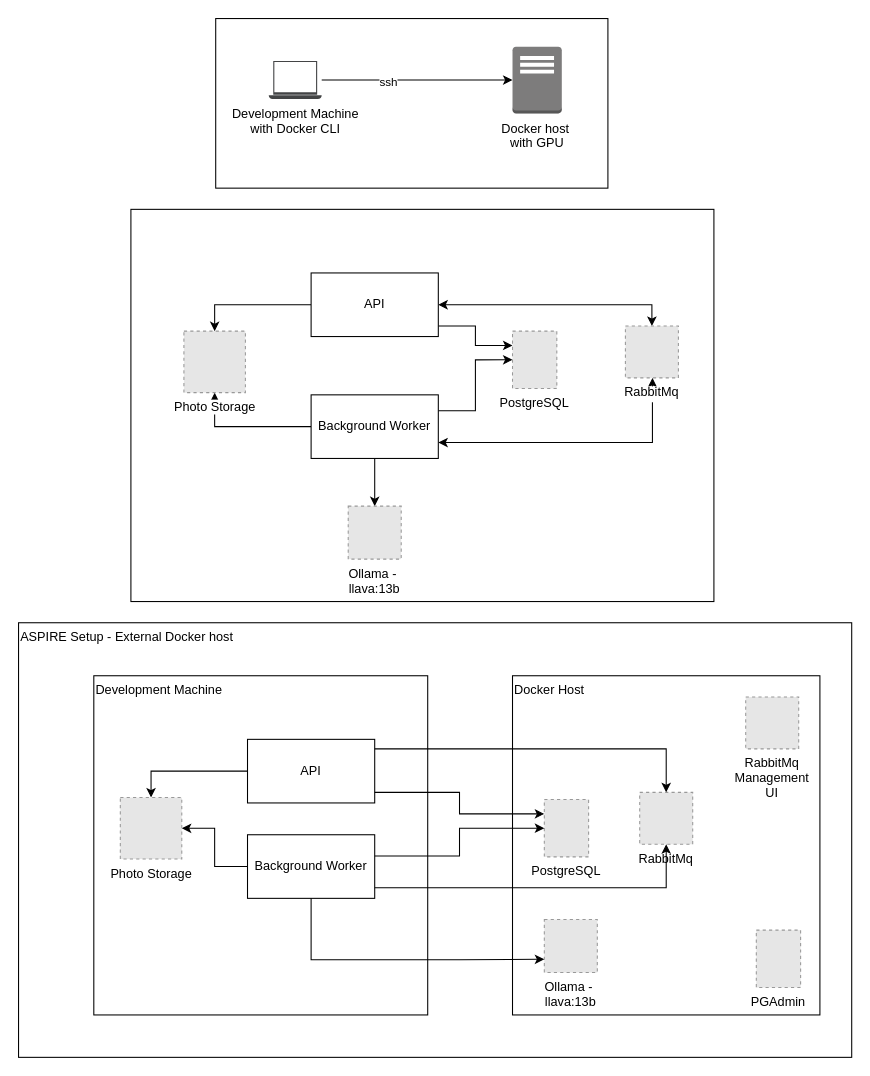
Above: page "development machines" (1 of 3) of doc/diagrams/local-development.drawio in syamaner/photo-search (draw.io), before the change. Source tidied: cells renumbered, new cells numbered last; positions are measured from the earlier drawing's top-left corner, leaving out a move shared by most shapes. Both pictures are drawn from the tidied source at 106%, with x=0, y=0 at pixel (18, 18). Pictures stored in the file or linked from it are replaced by grey dashed boxes.
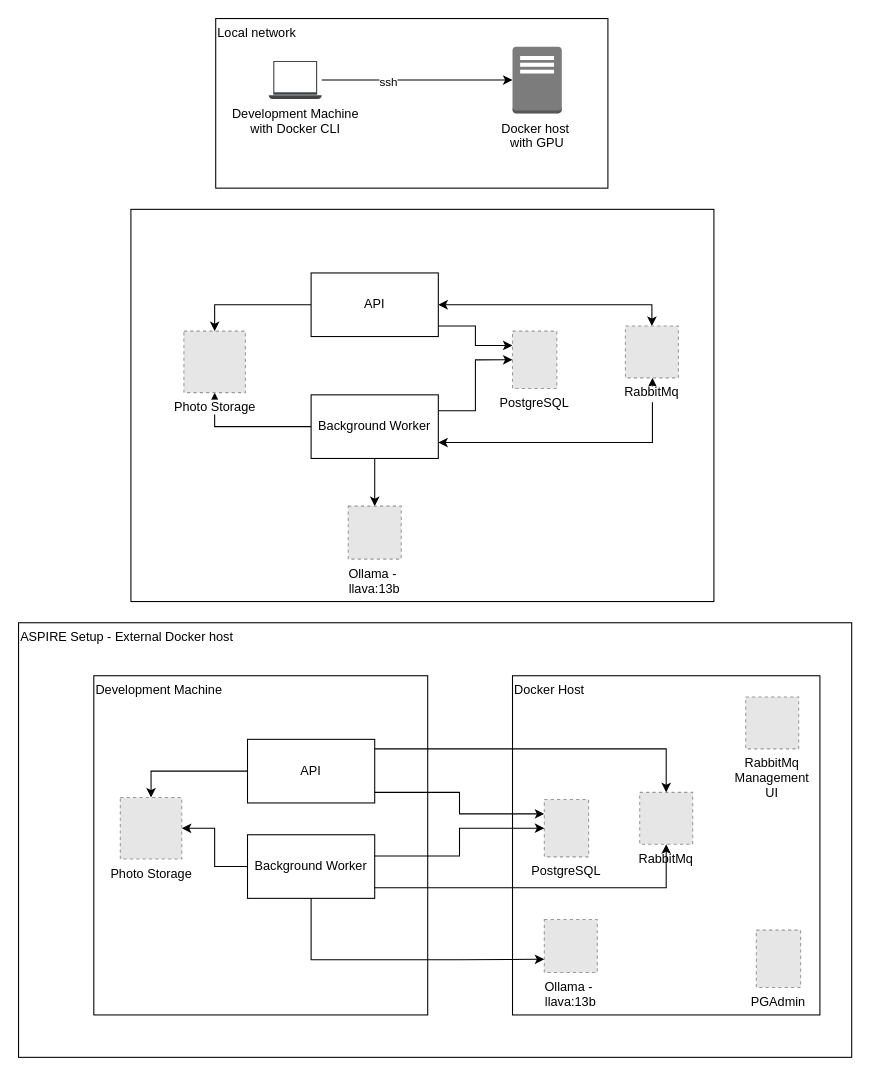
The same page after the edit.

The edit, as a diff of the source:
```diff
@@
-    <mxCell id="3" style="rounded=0;whiteSpace=wrap;html=1;" parent="1" vertex="1">
+    <mxCell id="3" value="Local network" style="rounded=0;whiteSpace=wrap;html=1;align=left;verticalAlign=top;" parent="1" vertex="1">
       <mxGeometry x="186" width="370" height="160" as="geometry" />
     </mxCell>
```
